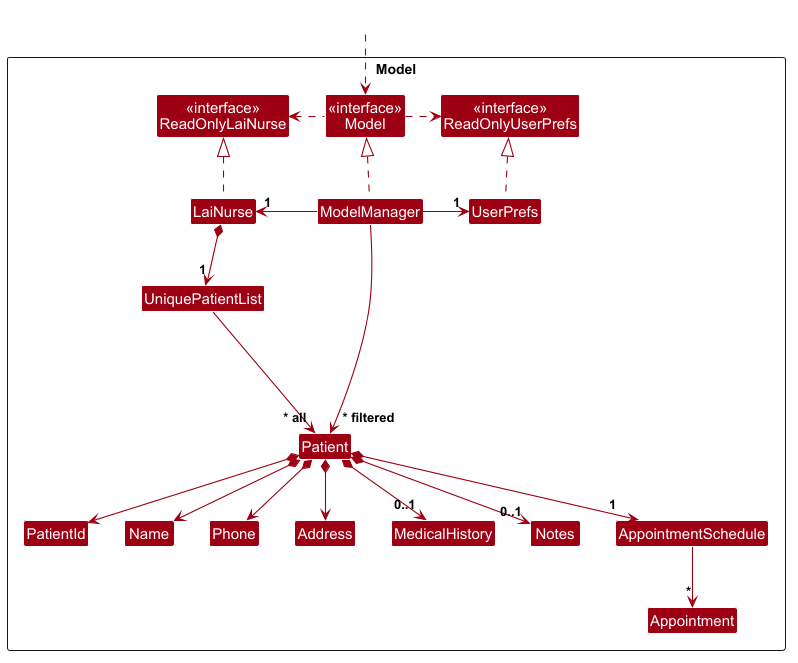
This is docs/images/ModelClassDiagram.png from Bruhmiuz/teePee, a PlantUML export, as it was before one commit. Its diagram source:
```plantuml
@startuml
!include style.puml
skinparam arrowThickness 1.1
skinparam arrowColor MODEL_COLOR
skinparam classBackgroundColor MODEL_COLOR

Package Model as ModelPackage <<Rectangle>>{
Class "<<interface>>\nReadOnlyLaiNurse" as ReadOnlyLaiNurse
Class "<<interface>>\nReadOnlyUserPrefs" as ReadOnlyUserPrefs
Class "<<interface>>\nModel" as Model
Class LaiNurse
Class ModelManager
Class UserPrefs

Class UniquePatientList
Class Patient
Class PatientId
Class Name
Class Phone
Class Address
Class MedicalHistory
Class Notes
Class AppointmentSchedule
Class Appointment

Class I #FFFFFF
}

Class HiddenOutside #FFFFFF
HiddenOutside ..> Model

LaiNurse .up.|> ReadOnlyLaiNurse

ModelManager .up.|> Model
Model .right.> ReadOnlyUserPrefs
Model .left.> ReadOnlyLaiNurse
ModelManager -left-> "1" LaiNurse
ModelManager -right-> "1" UserPrefs
UserPrefs .up.|> ReadOnlyUserPrefs

LaiNurse *--> "1" UniquePatientList
UniquePatientList --> "~* all" Patient
Patient *--> PatientId
Patient *--> Name
Patient *--> Phone
Patient *--> Address
Patient *--> "0..1" MedicalHistory
Patient *--> "0..1" Notes
Patient *--> "1" AppointmentSchedule
AppointmentSchedule --> "*" Appointment

Patient -[hidden]up--> I
UniquePatientList -[hidden]right-> I

PatientId -[hidden]right-> Name
Name -[hidden]right-> Phone
Phone -[hidden]right-> Address
Address -[hidden]right-> MedicalHistory
MedicalHistory -[hidden]right-> Notes

ModelManager --> "~* filtered" Patient
@enduml
```
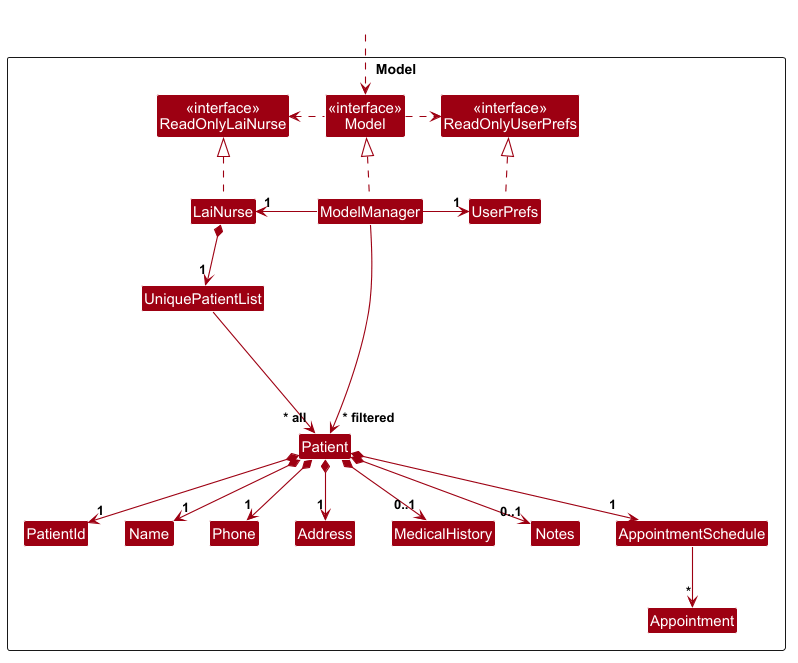
The same diagram one commit later.

Commit message:
Label the required Patient fields in the model diagram

The edit, as a diff of the source:
```diff
@@ -40,10 +40,10 @@
 
 LaiNurse *--> "1" UniquePatientList
 UniquePatientList --> "~* all" Patient
-Patient *--> PatientId
-Patient *--> Name
-Patient *--> Phone
-Patient *--> Address
+Patient *--> "1" PatientId
+Patient *--> "1" Name
+Patient *--> "1" Phone
+Patient *--> "1" Address
 Patient *--> "0..1" MedicalHistory
 Patient *--> "0..1" Notes
 Patient *--> "1" AppointmentSchedule
```
